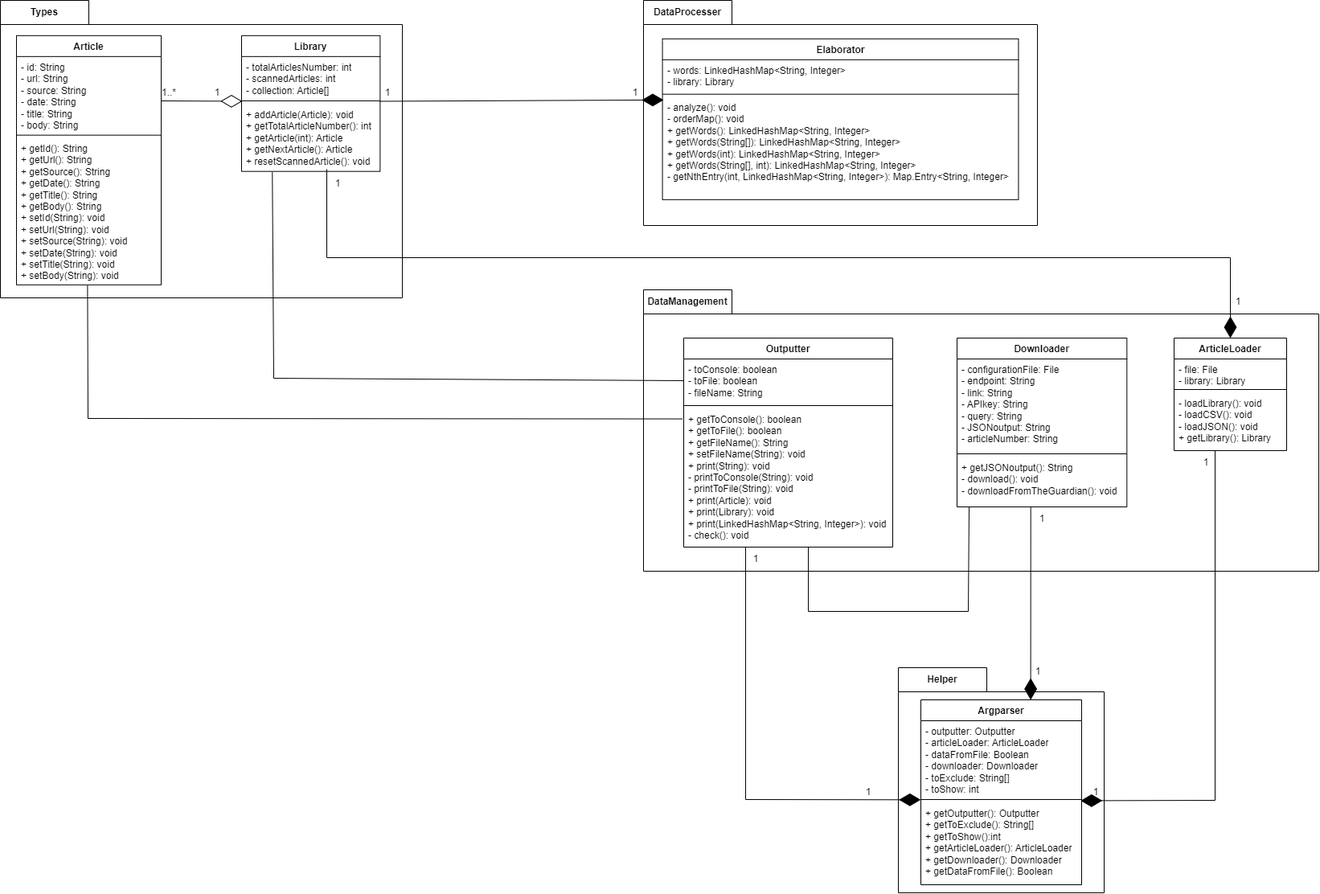
Earlier version of the draw.io export src/site/UML/DesignModel.drawio.png (Magform/articleAnalyzer). Source tidied: cells renumbered, new cells last; positions are measured from the earlier drawing's top-left corner, leaving out a move shared by most shapes.
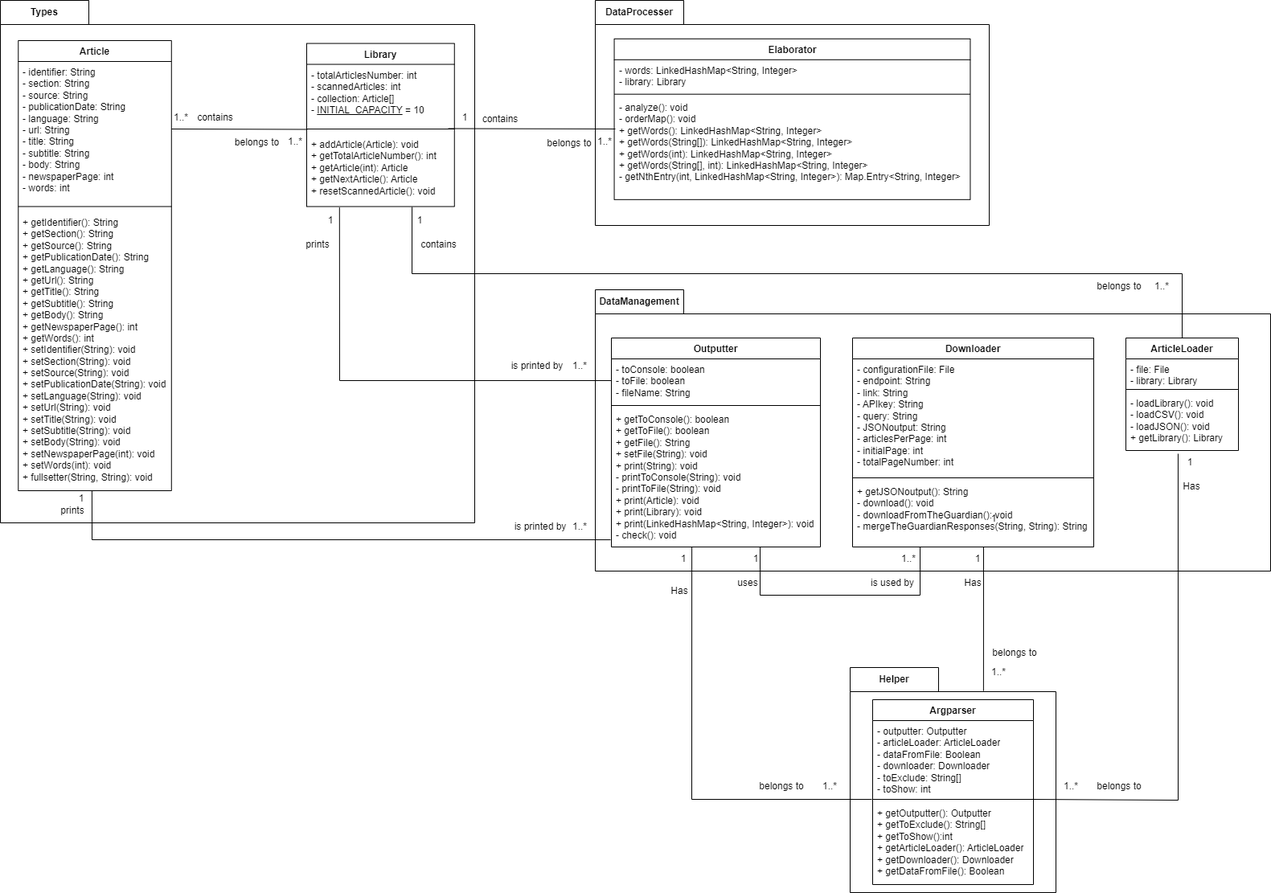
The same diagram one commit later.

Diff of the diagram source:
```diff
@@ -3,53 +3,51 @@
     <mxCell id="0" />
     <mxCell id="1" parent="0" />
     <mxCell id="2" value="Types" style="shape=folder;fontStyle=1;tabWidth=110;tabHeight=30;tabPosition=left;html=1;boundedLbl=1;labelInHeader=1;whiteSpace=wrap;" parent="1" vertex="1">
-      <mxGeometry width="500" height="370" as="geometry" />
+      <mxGeometry x="100" width="500" height="650" as="geometry" />
     </mxCell>
     <mxCell id="3" style="html=1;strokeColor=none;fillColor=none;whiteSpace=wrap;" parent="2" vertex="1">
-      <mxGeometry width="500" height="35.72" relative="1" as="geometry">
+      <mxGeometry width="500" height="60.83" relative="1" as="geometry">
         <mxPoint y="30" as="offset" />
       </mxGeometry>
     </mxCell>
     <mxCell id="4" value="Article" style="swimlane;fontStyle=1;align=center;verticalAlign=top;horizontal=1;startSize=26;whiteSpace=wrap;html=1;" parent="2" vertex="1">
-      <mxGeometry x="20" y="43.8" width="180" height="310" as="geometry" />
+      <mxGeometry x="20" y="74.6" width="210" height="560" as="geometry" />
     </mxCell>
-    <mxCell id="5" value="- id: String&lt;br&gt;- url: String&lt;br&gt;- source: String&lt;br&gt;- date: String&lt;br&gt;- title: String&lt;br&gt;- body: String" style="text;strokeColor=none;fillColor=none;align=left;verticalAlign=top;spacingLeft=4;spacingRight=4;overflow=hidden;whiteSpace=wrap;html=1;" parent="4" vertex="1">
-      <mxGeometry y="26" width="180" height="94" as="geometry" />
+    <mxCell id="5" value="- identifier: String&lt;br&gt;- section: String&lt;br&gt;- source: String&lt;br&gt;- publicationDate: String&lt;br&gt;- language: String&lt;br&gt;- url: String&lt;br&gt;- title: String&lt;br&gt;- subtitle: String&lt;br&gt;- body: String&lt;br&gt;- newspaperPage: int&lt;br&gt;- words: int" style="text;strokeColor=none;fillColor=none;align=left;verticalAlign=top;spacingLeft=4;spacingRight=4;overflow=hidden;whiteSpace=wrap;html=1;" parent="4" vertex="1">
+      <mxGeometry y="26" width="210" height="174" as="geometry" />
     </mxCell>
     <mxCell id="6" style="line;strokeWidth=1;fillColor=none;align=left;verticalAlign=middle;spacingTop=-1;spacingLeft=3;spacingRight=3;labelPosition=right;strokeColor=inherit;" parent="4" vertex="1">
-      <mxGeometry y="120" width="180" height="7.6" as="geometry" />
+      <mxGeometry y="200" width="210" height="12.9" as="geometry" />
     </mxCell>
-    <mxCell id="7" value="+ getId(): String&lt;br&gt;+&amp;nbsp;getUrl(): String&lt;br&gt;+&amp;nbsp;getSource(): String&lt;br&gt;+ getDate(): String&lt;br&gt;+&amp;nbsp;getTitle(): String&lt;br style=&quot;border-color: var(--border-color);&quot;&gt;+ getBody(): String&lt;br&gt;+ setId(String): void&lt;br style=&quot;border-color: var(--border-color);&quot;&gt;+&amp;nbsp;setUrl(String): void&lt;br&gt;+&amp;nbsp;setSource(String): void&lt;br&gt;+ setDate(String): void&lt;br&gt;+&amp;nbsp;setTitle(String): void&lt;br style=&quot;border-color: var(--border-color);&quot;&gt;+&amp;nbsp;setBody(String): void&lt;br&gt;" style="text;strokeColor=none;fillColor=none;align=left;verticalAlign=top;spacingLeft=4;spacingRight=4;overflow=hidden;points=[[0,0.5],[1,0.5]];portConstraint=eastwest;whiteSpace=wrap;html=1;" parent="4" vertex="1">
-      <mxGeometry y="127.6" width="180" height="182.4" as="geometry" />
+    <mxCell id="7" value="+ getIdentifier(): String&lt;br&gt;+ getSection(): String&lt;br&gt;+&amp;nbsp;getSource(): String&lt;br&gt;+ getPublicationDate(): String&lt;br style=&quot;border-color: var(--border-color);&quot;&gt;+ getLanguage(): String&lt;br&gt;+&amp;nbsp;getUrl(): String&lt;br&gt;+&amp;nbsp;getTitle(): String&lt;br&gt;+&amp;nbsp;getSubtitle(): String&lt;br style=&quot;border-color: var(--border-color);&quot;&gt;+ getBody(): String&lt;br&gt;+ getNewspaperPage(): int&lt;br&gt;+ getWords(): int&lt;br&gt;+ setIdentifier(String): void&lt;br&gt;+ setSection(String): void&lt;br style=&quot;border-color: var(--border-color);&quot;&gt;+&amp;nbsp;setSource(String): void&lt;br&gt;+ setPublicationDate(String): void&lt;br&gt;+ setLanguage(String): void&lt;br&gt;+&amp;nbsp;setUrl(String): void&lt;br&gt;+&amp;nbsp;setTitle(String): void&lt;br&gt;+&amp;nbsp;setSubtitle(String): void&lt;br style=&quot;border-color: var(--border-color);&quot;&gt;+&amp;nbsp;setBody(String): void&lt;br&gt;+ setNewspaperPage(int): void&lt;br&gt;+ setWords(int): void&lt;br&gt;+ fullsetter(String, String): void" style="text;strokeColor=none;fillColor=none;align=left;verticalAlign=top;spacingLeft=4;spacingRight=4;overflow=hidden;points=[[0,0.5],[1,0.5]];portConstraint=eastwest;whiteSpace=wrap;html=1;" parent="4" vertex="1">
+      <mxGeometry y="212.9" width="210" height="347.1" as="geometry" />
     </mxCell>
     <mxCell id="8" value="Library" style="swimlane;fontStyle=1;align=center;verticalAlign=top;horizontal=1;startSize=26;whiteSpace=wrap;html=1;" parent="2" vertex="1">
-      <mxGeometry x="300" y="43.8" width="172.4" height="168.9" as="geometry" />
+      <mxGeometry x="300" y="74.6" width="172.4" height="202.9" as="geometry" />
     </mxCell>
-    <mxCell id="9" value="- totalArticlesNumber: int&lt;br&gt;- scannedArticles: int&lt;br&gt;- collection: Article[]" style="text;strokeColor=none;fillColor=none;align=left;verticalAlign=top;spacingLeft=4;spacingRight=4;overflow=hidden;points=[[0,0.5],[1,0.5]];portConstraint=eastwest;whiteSpace=wrap;html=1;" parent="8" vertex="1">
-      <mxGeometry y="26" width="172.4" height="51.3" as="geometry" />
+    <mxCell id="9" value="- totalArticlesNumber: int&lt;br&gt;- scannedArticles: int&lt;br&gt;- collection: Article[]&lt;br&gt;-&amp;nbsp;&lt;u&gt;INITIAL_CAPACITY&lt;/u&gt; = 10" style="text;strokeColor=none;fillColor=none;align=left;verticalAlign=top;spacingLeft=4;spacingRight=4;overflow=hidden;points=[[0,0.5],[1,0.5]];portConstraint=eastwest;whiteSpace=wrap;html=1;" parent="8" vertex="1">
+      <mxGeometry y="26" width="172.4" height="74" as="geometry" />
     </mxCell>
     <mxCell id="10" style="line;strokeWidth=1;fillColor=none;align=left;verticalAlign=middle;spacingTop=-1;spacingLeft=3;spacingRight=3;labelPosition=right;strokeColor=inherit;" parent="8" vertex="1">
-      <mxGeometry y="77.3" width="172.4" height="7.6" as="geometry" />
+      <mxGeometry y="100" width="172.4" height="12.9" as="geometry" />
     </mxCell>
     <mxCell id="11" value="+ addArticle(Article): void&lt;br&gt;+ getTotalArticleNumber(): int&lt;br&gt;+ getArticle(int): Article&lt;br&gt;+ getNextArticle(): Article&lt;br&gt;+ resetScannedArticle(): void" style="text;strokeColor=none;fillColor=none;align=left;verticalAlign=top;spacingLeft=4;spacingRight=4;overflow=hidden;points=[[0,0.5],[1,0.5]];portConstraint=eastwest;whiteSpace=wrap;html=1;" parent="8" vertex="1">
-      <mxGeometry y="84.9" width="172.4" height="83.9" as="geometry" />
+      <mxGeometry y="112.9" width="172.4" height="90" as="geometry" />
     </mxCell>
-    <mxCell id="12" style="endArrow=diamondThin;endFill=0;endSize=24;html=1;rounded=0;entryX=0.005;entryY=-0.039;entryDx=0;entryDy=0;entryPerimeter=0;" parent="2" edge="1" target="11">
-      <mxGeometry relative="1" as="geometry">
-        <mxPoint x="200" y="125" as="sourcePoint" />
-      </mxGeometry>
+    <mxCell id="12" style="endArrow=diamondThin;endFill=0;endSize=24;html=1;rounded=0;entryX=1.1;entryY=0.137;entryDx=0;entryDy=0;entryPerimeter=0;exitX=0;exitY=0.75;exitDx=0;exitDy=0;" parent="2" edge="1" source="13" target="14">
+      <mxGeometry relative="1" as="geometry" />
     </mxCell>
     <mxCell id="13" value="1..*" style="text;html=1;strokeColor=none;fillColor=none;align=center;verticalAlign=middle;whiteSpace=wrap;rounded=0;" parent="2" vertex="1">
-      <mxGeometry x="200" y="100" width="20" height="30" as="geometry" />
+      <mxGeometry x="230" y="130" width="20" height="51.1" as="geometry" />
     </mxCell>
     <mxCell id="14" value="1" style="text;html=1;strokeColor=none;fillColor=none;align=center;verticalAlign=middle;whiteSpace=wrap;rounded=0;" parent="2" vertex="1">
-      <mxGeometry x="260" y="100" width="20" height="30" as="geometry" />
+      <mxGeometry x="280" y="160" width="20" height="51.1" as="geometry" />
     </mxCell>
     <mxCell id="15" value="1" style="text;html=1;strokeColor=none;fillColor=none;align=center;verticalAlign=middle;whiteSpace=wrap;rounded=0;" parent="2" vertex="1">
-      <mxGeometry x="410" y="212.7" width="20" height="30" as="geometry" />
+      <mxGeometry x="410" y="270" width="20" height="51.1" as="geometry" />
     </mxCell>
     <mxCell id="16" value="1" style="text;html=1;strokeColor=none;fillColor=none;align=center;verticalAlign=middle;whiteSpace=wrap;rounded=0;" parent="2" vertex="1">
-      <mxGeometry x="472.4" y="100" width="20" height="30" as="geometry" />
+      <mxGeometry x="472.4" y="120" width="20" height="51.1" as="geometry" />
     </mxCell>
     <mxCell id="17" value="DataProcesser" style="shape=folder;fontStyle=1;tabWidth=110;tabHeight=30;tabPosition=left;html=1;boundedLbl=1;labelInHeader=1;whiteSpace=wrap;" parent="1" vertex="1">
       <mxGeometry x="800" width="490" height="280" as="geometry" />
@@ -80,7 +78,7 @@
       </mxGeometry>
     </mxCell>
     <mxCell id="25" value="Outputter" style="swimlane;fontStyle=1;align=center;verticalAlign=top;horizontal=1;startSize=26;whiteSpace=wrap;html=1;" parent="23" vertex="1">
-      <mxGeometry x="50" y="60" width="260" height="260" as="geometry" />
+      <mxGeometry x="20" y="60" width="260" height="260" as="geometry" />
     </mxCell>
     <mxCell id="26" value="- toConsole: boolean&lt;br&gt;- toFile: boolean&lt;br&gt;- fileName: String" style="text;strokeColor=none;fillColor=none;align=left;verticalAlign=top;spacingLeft=4;spacingRight=4;overflow=hidden;points=[[0,0.5],[1,0.5]];portConstraint=eastwest;whiteSpace=wrap;html=1;" parent="25" vertex="1">
       <mxGeometry y="26" width="260" height="54" as="geometry" />
@@ -88,20 +86,20 @@
     <mxCell id="27" style="line;strokeWidth=1;fillColor=none;align=left;verticalAlign=middle;spacingTop=-1;spacingLeft=3;spacingRight=3;labelPosition=right;strokeColor=inherit;" parent="25" vertex="1">
       <mxGeometry y="80" width="260" height="8" as="geometry" />
     </mxCell>
-    <mxCell id="28" value="+ getToConsole(): boolean&lt;br style=&quot;border-color: var(--border-color);&quot;&gt;+ getToFile(): boolean&lt;br&gt;+ getFileName(): String&lt;br&gt;+ setFileName(String): void&lt;br&gt;+ print(String): void&lt;br&gt;- printToConsole(String): void&lt;br&gt;- printToFile(String): void&lt;br&gt;+ print(Article): void&lt;br&gt;+ print(Library): void&lt;br&gt;+ print(LinkedHashMap&amp;lt;String, Integer&amp;gt;): void&lt;br&gt;- check(): void" style="text;strokeColor=none;fillColor=none;align=left;verticalAlign=top;spacingLeft=4;spacingRight=4;overflow=hidden;points=[[0,0.5],[1,0.5]];portConstraint=eastwest;whiteSpace=wrap;html=1;" parent="25" vertex="1">
+    <mxCell id="28" value="+ getToConsole(): boolean&lt;br style=&quot;border-color: var(--border-color);&quot;&gt;+ getToFile(): boolean&lt;br&gt;+ getFile(): String&lt;br&gt;+ setFile(String): void&lt;br&gt;+ print(String): void&lt;br&gt;- printToConsole(String): void&lt;br&gt;- printToFile(String): void&lt;br&gt;+ print(Article): void&lt;br&gt;+ print(Library): void&lt;br&gt;+ print(LinkedHashMap&amp;lt;String, Integer&amp;gt;): void&lt;br&gt;- check(): void" style="text;strokeColor=none;fillColor=none;align=left;verticalAlign=top;spacingLeft=4;spacingRight=4;overflow=hidden;points=[[0,0.5],[1,0.5]];portConstraint=eastwest;whiteSpace=wrap;html=1;" parent="25" vertex="1">
       <mxGeometry y="88" width="260" height="172" as="geometry" />
     </mxCell>
     <mxCell id="29" value="Downloader" style="swimlane;fontStyle=1;align=center;verticalAlign=top;horizontal=1;startSize=26;whiteSpace=wrap;html=1;" parent="23" vertex="1">
-      <mxGeometry x="390" y="60" width="211.3" height="210" as="geometry" />
+      <mxGeometry x="320" y="60" width="300" height="260" as="geometry" />
     </mxCell>
-    <mxCell id="30" value="- configurationFile: File&lt;br&gt;- endpoint: String&lt;br&gt;- link: String&lt;br&gt;- APIkey: String&lt;br&gt;- query: String&lt;br&gt;- JSONoutput: String&lt;br&gt;- articleNumber: String" style="text;strokeColor=none;fillColor=none;align=left;verticalAlign=top;spacingLeft=4;spacingRight=4;overflow=hidden;whiteSpace=wrap;html=1;" parent="29" vertex="1">
-      <mxGeometry y="26" width="211.3" height="114" as="geometry" />
+    <mxCell id="30" value="- configurationFile: File&lt;br&gt;- endpoint: String&lt;br&gt;- link: String&lt;br&gt;- APIkey: String&lt;br&gt;- query: String&lt;br&gt;- JSONoutput: String&lt;br&gt;- articlesPerPage: int&lt;br&gt;- initialPage: int&lt;br&gt;- totalPageNumber: int" style="text;strokeColor=none;fillColor=none;align=left;verticalAlign=top;spacingLeft=4;spacingRight=4;overflow=hidden;whiteSpace=wrap;html=1;" parent="29" vertex="1">
+      <mxGeometry y="26" width="300" height="144" as="geometry" />
     </mxCell>
     <mxCell id="31" style="line;strokeWidth=1;fillColor=none;align=left;verticalAlign=middle;spacingTop=-1;spacingLeft=3;spacingRight=3;labelPosition=right;strokeColor=inherit;" parent="29" vertex="1">
-      <mxGeometry y="140" width="211.3" height="8" as="geometry" />
+      <mxGeometry y="170" width="300" height="8" as="geometry" />
     </mxCell>
-    <mxCell id="32" value="+ getJSONoutput(): String&lt;br&gt;- download(): void&lt;br&gt;-&amp;nbsp;downloadFromTheGuardian(): void" style="text;strokeColor=none;fillColor=none;align=left;verticalAlign=top;spacingLeft=4;spacingRight=4;overflow=hidden;points=[[0,0.5],[1,0.5]];portConstraint=eastwest;whiteSpace=wrap;html=1;" parent="29" vertex="1">
-      <mxGeometry y="148" width="211.3" height="62" as="geometry" />
+    <mxCell id="32" value="+ getJSONoutput(): String&lt;br&gt;- download(): void&lt;br&gt;-&amp;nbsp;downloadFromTheGuardian(): void&lt;br&gt;-&amp;nbsp;mergeTheGuardianResponses(String, String): String" style="text;strokeColor=none;fillColor=none;align=left;verticalAlign=top;spacingLeft=4;spacingRight=4;overflow=hidden;points=[[0,0.5],[1,0.5]];portConstraint=eastwest;whiteSpace=wrap;html=1;" parent="29" vertex="1">
+      <mxGeometry y="178" width="300" height="82" as="geometry" />
     </mxCell>
     <mxCell id="33" value="ArticleLoader" style="swimlane;fontStyle=1;align=center;verticalAlign=top;horizontal=1;startSize=26;whiteSpace=wrap;html=1;" parent="23" vertex="1">
       <mxGeometry x="660" y="60" width="140" height="140" as="geometry" />
@@ -115,9 +113,10 @@
     <mxCell id="36" value="- loadLibrary(): void&lt;br&gt;- loadCSV(): void&lt;br&gt;- loadJSON(): void&lt;br&gt;+ getLibrary(): Library" style="text;strokeColor=none;fillColor=none;align=left;verticalAlign=top;spacingLeft=4;spacingRight=4;overflow=hidden;whiteSpace=wrap;html=1;" parent="33" vertex="1">
       <mxGeometry y="68" width="140" height="72" as="geometry" />
     </mxCell>
-    <mxCell id="37" style="endArrow=none;html=1;rounded=0;entryX=0.071;entryY=1.008;entryDx=0;entryDy=0;entryPerimeter=0;" parent="23" edge="1" target="32">
+    <mxCell id="37" style="endArrow=none;html=1;rounded=0;" parent="23" edge="1">
       <mxGeometry relative="1" as="geometry">
         <mxPoint x="205" y="320" as="sourcePoint" />
+        <mxPoint x="404" y="320" as="targetPoint" />
         <Array as="points">
           <mxPoint x="205" y="400" />
           <mxPoint x="404" y="400" />
@@ -159,13 +158,13 @@
     <mxCell id="48" value="1" style="text;html=1;strokeColor=none;fillColor=none;align=center;verticalAlign=middle;whiteSpace=wrap;rounded=0;" parent="42" vertex="1">
       <mxGeometry x="164" y="-10" width="20" height="30" as="geometry" />
     </mxCell>
-    <mxCell id="49" style="endArrow=diamondThin;endFill=1;endSize=24;html=1;rounded=0;exitX=0.996;exitY=1.085;exitDx=0;exitDy=0;exitPerimeter=0;entryX=0.003;entryY=0.028;entryDx=0;entryDy=0;entryPerimeter=0;" parent="1" edge="1" source="9" target="22">
+    <mxCell id="49" style="endArrow=diamondThin;endFill=1;endSize=24;html=1;rounded=0;exitX=0.992;exitY=0.816;exitDx=0;exitDy=0;exitPerimeter=0;entryX=-0.004;entryY=0.304;entryDx=0;entryDy=0;entryPerimeter=0;" parent="1" edge="1" source="9" target="22">
       <mxGeometry relative="1" as="geometry" />
     </mxCell>
-    <mxCell id="50" style="endArrow=diamondThin;endFill=1;endSize=24;html=1;rounded=0;entryX=0.5;entryY=0;entryDx=0;entryDy=0;exitX=0.615;exitY=0.968;exitDx=0;exitDy=0;exitPerimeter=0;" parent="1" edge="1" source="11" target="33">
+    <mxCell id="50" style="endArrow=diamondThin;endFill=1;endSize=24;html=1;rounded=0;entryX=0.5;entryY=0;entryDx=0;entryDy=0;exitX=0.609;exitY=0.993;exitDx=0;exitDy=0;exitPerimeter=0;" parent="1" edge="1" source="11" target="33">
       <mxGeometry relative="1" as="geometry">
         <Array as="points">
-          <mxPoint x="406" y="320" />
+          <mxPoint x="506" y="320" />
           <mxPoint x="1530" y="320" />
         </Array>
       </mxGeometry>
@@ -186,31 +185,31 @@
         </Array>
       </mxGeometry>
     </mxCell>
-    <mxCell id="53" style="endArrow=diamondThin;endFill=1;endSize=24;html=1;rounded=0;entryX=0.683;entryY=0;entryDx=0;entryDy=0;entryPerimeter=0;exitX=0.434;exitY=1.008;exitDx=0;exitDy=0;exitPerimeter=0;" parent="1" edge="1" source="32" target="44">
+    <mxCell id="53" style="endArrow=diamondThin;endFill=1;endSize=24;html=1;rounded=0;entryX=0.683;entryY=0;entryDx=0;entryDy=0;entryPerimeter=0;exitX=0.533;exitY=1.012;exitDx=0;exitDy=0;exitPerimeter=0;" parent="1" edge="1" source="32" target="44">
       <mxGeometry relative="1" as="geometry" />
     </mxCell>
     <mxCell id="54" style="endArrow=none;html=1;rounded=0;entryX=0;entryY=0.5;entryDx=0;entryDy=0;exitX=0.222;exitY=1.014;exitDx=0;exitDy=0;exitPerimeter=0;" parent="1" edge="1" source="11" target="26">
       <mxGeometry relative="1" as="geometry">
         <Array as="points">
-          <mxPoint x="340" y="470" />
+          <mxPoint x="438" y="473" />
         </Array>
       </mxGeometry>
     </mxCell>
-    <mxCell id="55" style="endArrow=none;html=1;rounded=0;exitX=0.491;exitY=1.005;exitDx=0;exitDy=0;exitPerimeter=0;entryX=-0.006;entryY=0.073;entryDx=0;entryDy=0;entryPerimeter=0;" parent="1" edge="1" source="7" target="28">
+    <mxCell id="55" style="endArrow=none;html=1;rounded=0;exitX=0.491;exitY=1.005;exitDx=0;exitDy=0;exitPerimeter=0;entryX=-0.004;entryY=0.948;entryDx=0;entryDy=0;entryPerimeter=0;" parent="1" edge="1" source="7" target="28">
       <mxGeometry relative="1" as="geometry">
         <Array as="points">
-          <mxPoint x="109" y="520" />
+          <mxPoint x="223" y="671" />
         </Array>
       </mxGeometry>
     </mxCell>
     <mxCell id="56" value="1" style="text;html=1;strokeColor=none;fillColor=none;align=center;verticalAlign=middle;whiteSpace=wrap;rounded=0;" parent="1" vertex="1">
-      <mxGeometry x="780" y="100" width="20" height="30" as="geometry" />
+      <mxGeometry x="780" y="130" width="20" height="30" as="geometry" />
     </mxCell>
     <mxCell id="57" value="1" style="text;html=1;strokeColor=none;fillColor=none;align=center;verticalAlign=middle;whiteSpace=wrap;rounded=0;" parent="1" vertex="1">
-      <mxGeometry x="1070" y="970" width="20" height="30" as="geometry" />
+      <mxGeometry x="1097" y="970" width="20" height="30" as="geometry" />
     </mxCell>
     <mxCell id="58" value="1" style="text;html=1;strokeColor=none;fillColor=none;align=center;verticalAlign=middle;whiteSpace=wrap;rounded=0;" parent="1" vertex="1">
-      <mxGeometry x="1353" y="970" width="20" height="30" as="geometry" />
+      <mxGeometry x="1373" y="970" width="20" height="30" as="geometry" />
     </mxCell>
   </root>
 </mxGraphModel>
```
